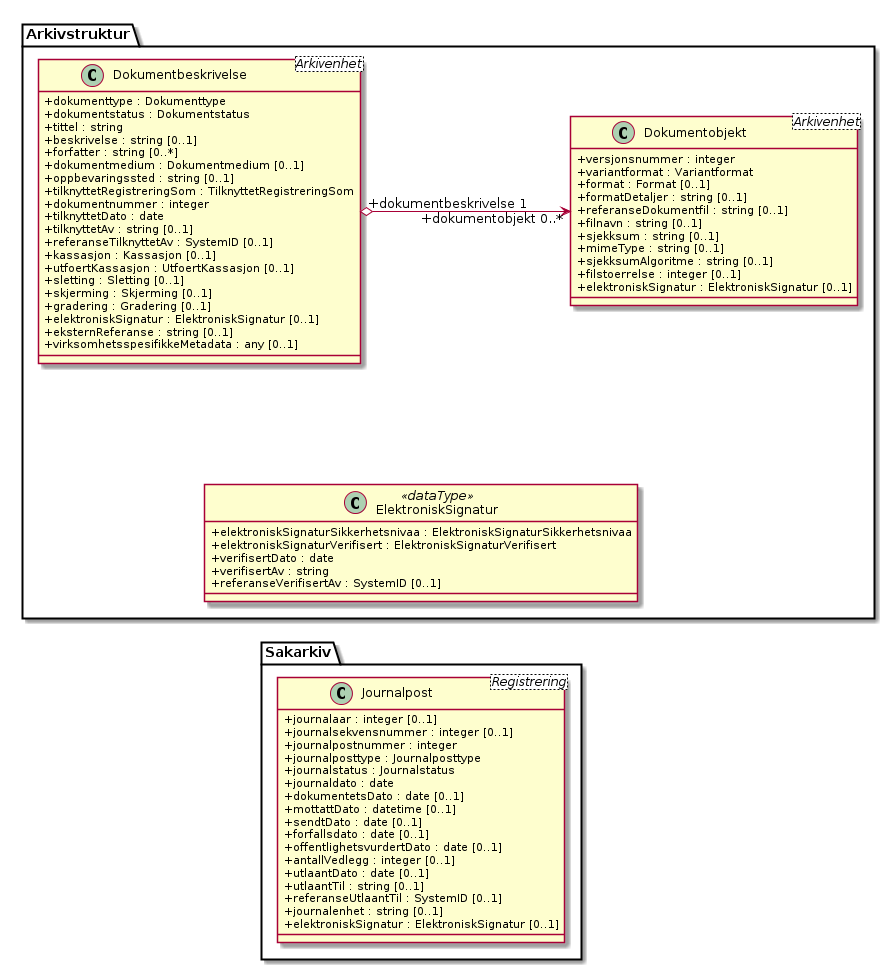
The PlantUML diagram kapitler/media/uml-elektronisk-signatur.png in arkivverket/noark5-tjenestegrensesnitt-standard, before a commit.
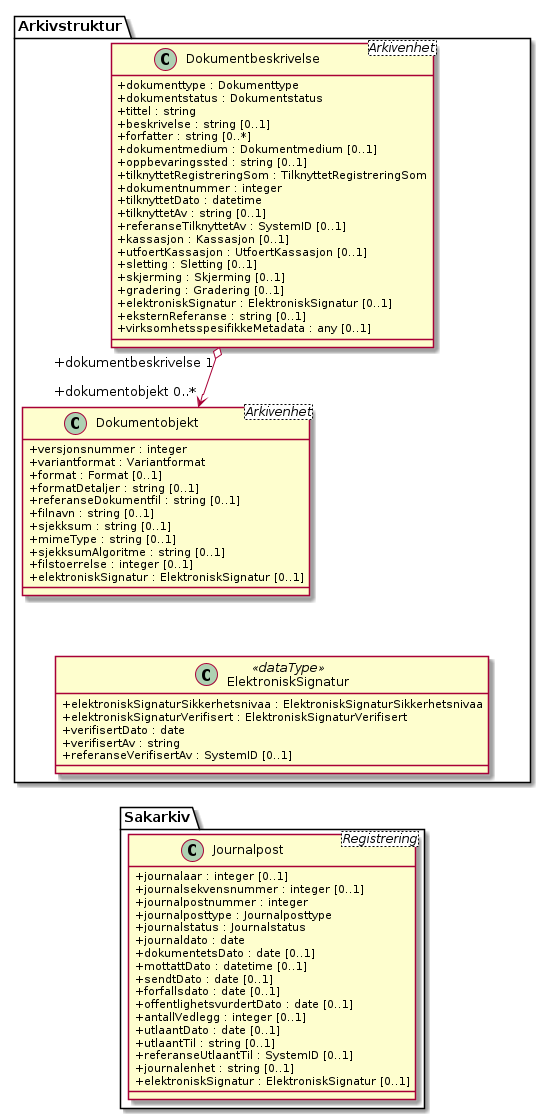
Later version of the same file.

The edit, as a diff of the source:
```diff
@@ -38,7 +38,7 @@
   +oppbevaringssted : string [0..1]
   +tilknyttetRegistreringSom : TilknyttetRegistreringSom
   +dokumentnummer : integer
-  +tilknyttetDato : date
+  +tilknyttetDato : datetime
   +tilknyttetAv : string [0..1]
   +referanseTilknyttetAv : SystemID [0..1]
   +kassasjon : Kassasjon [0..1]
```
